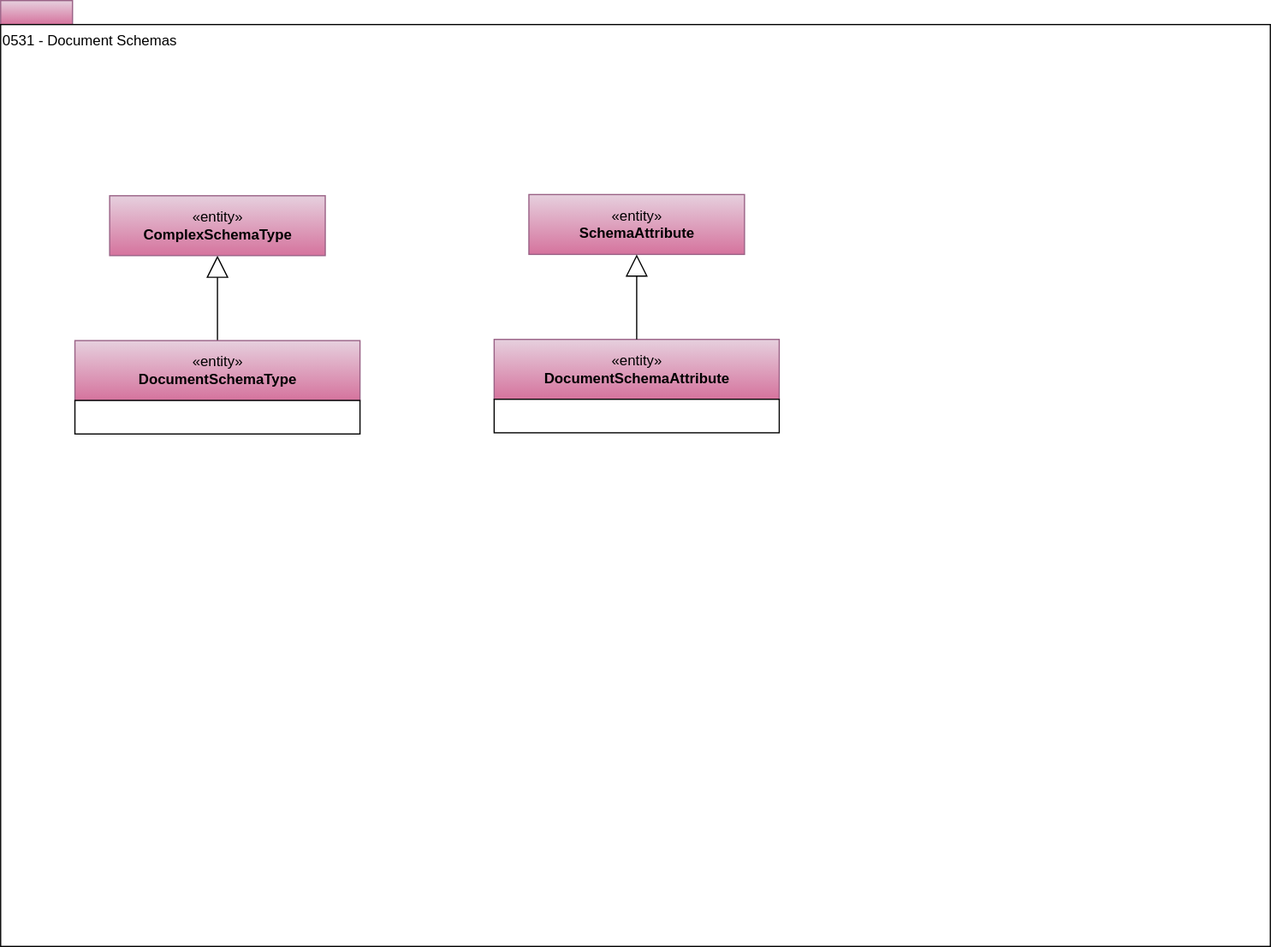
This is site/docs/types/5/0531-Document-Schemas.svg from odpi/egeria-docs, a draw.io export, as it was before one commit. Source tidied: cells renumbered, new cells last; positions are measured from the earlier drawing's top-left corner, leaving out a move shared by most shapes.
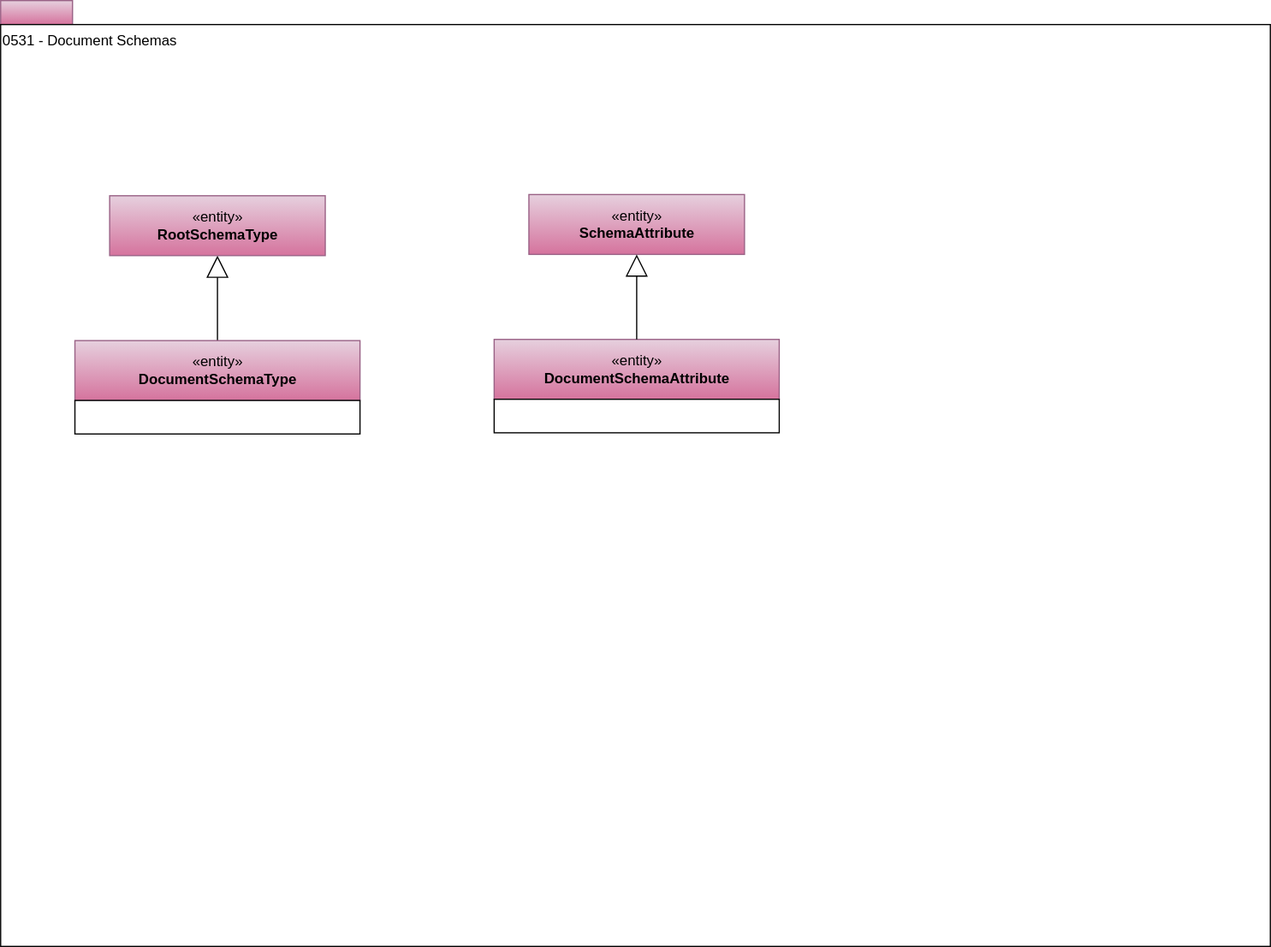
Later version of the same file.

Diff of the diagram source:
```diff
@@ -11,7 +11,7 @@
     <mxCell id="4" style="edgeStyle=orthogonalEdgeStyle;rounded=0;jettySize=auto;html=1;exitX=0.5;exitY=0;exitDx=0;exitDy=0;entryX=0.5;entryY=1;entryDx=0;entryDy=0;startSize=6;endArrow=block;endFill=0;endSize=16;" parent="1" edge="1" source="8" target="5">
       <mxGeometry relative="1" as="geometry" />
     </mxCell>
-    <mxCell id="5" value="«entity»&lt;br&gt;&lt;b&gt;ComplexSchemaType&lt;/b&gt;" style="html=1;strokeColor=#996185;align=center;fillColor=#e6d0de;gradientColor=#d5739d;" parent="1" vertex="1">
+    <mxCell id="5" value="«entity»&lt;br&gt;&lt;b&gt;RootSchemaType&lt;/b&gt;" style="html=1;strokeColor=#996185;align=center;fillColor=#e6d0de;gradientColor=#d5739d;" parent="1" vertex="1">
       <mxGeometry x="91" y="163" width="180" height="50" as="geometry" />
     </mxCell>
     <mxCell id="6" value="«entity»&lt;br&gt;&lt;b&gt;SchemaAttribute&lt;/b&gt;" style="html=1;strokeColor=#996185;align=center;fillColor=#e6d0de;gradientColor=#d5739d;" parent="1" vertex="1">
```
